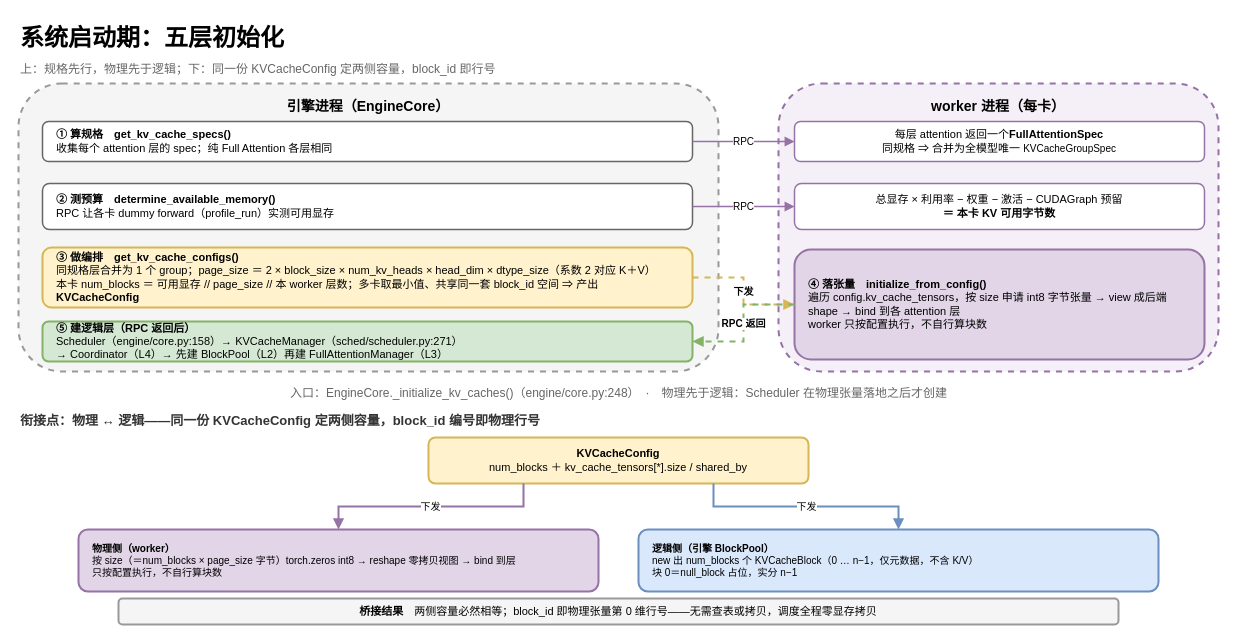
The draw.io diagram page "3-启动期装配与衔接" (3 of 4) of vllm/v1/core/kvcache_study/kvcache_draw_ppt_v2/kv_cache_five_layer_arch.drawio in GoCHug/vllm, before the edit. Source tidied: cells renumbered, new cells numbered last; positions are measured from the earlier drawing's top-left corner, leaving out a move shared by most shapes. Both pictures are drawn from the tidied source at 100%, with x=0, y=0 at pixel (18, 17).
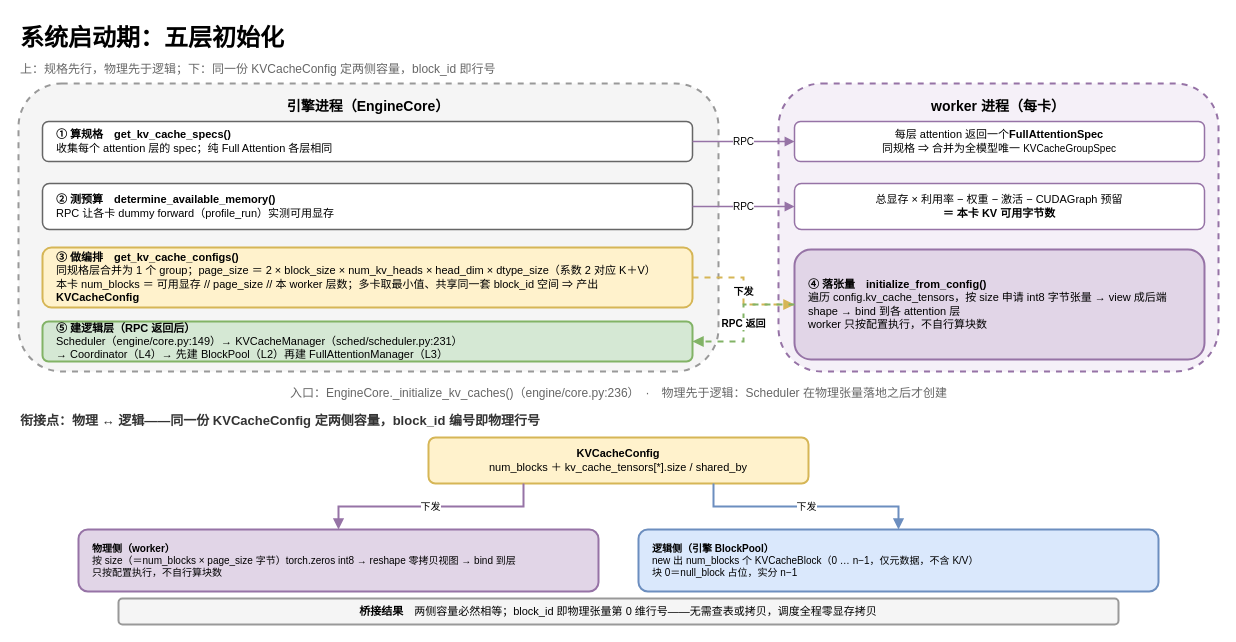
After the change.

The edit, as a diff of the source:
```diff
@@
-    <mxCell id="12" value="&lt;b&gt;⑤ 建逻辑层（RPC 返回后）&lt;/b&gt;&#10;Scheduler（engine/core.py:158）→ KVCacheManager（sched/scheduler.py:271）&#10;→ Coordinator（L4）→ 先建 BlockPool（L2）再建 FullAttentionManager（L3）" style="rounded=1;whiteSpace=wrap;html=1;fillColor=#d5e8d4;strokeColor=#82b366;strokeWidth=2;verticalAlign=middle;align=left;spacingLeft=12;spacingRight=10;fontSize=11;" parent="1" vertex="1">
+    <mxCell id="12" value="&lt;b&gt;⑤ 建逻辑层（RPC 返回后）&lt;/b&gt;&#10;Scheduler（engine/core.py:149）→ KVCacheManager（sched/scheduler.py:231）&#10;→ Coordinator（L4）→ 先建 BlockPool（L2）再建 FullAttentionManager（L3）" style="rounded=1;whiteSpace=wrap;html=1;fillColor=#d5e8d4;strokeColor=#82b366;strokeWidth=2;verticalAlign=middle;align=left;spacingLeft=12;spacingRight=10;fontSize=11;" parent="1" vertex="1">
       <mxGeometry x="24" y="304" width="650" height="40" as="geometry" />
     </mxCell>
@@
-    <mxCell id="17" value="入口：EngineCore._initialize_kv_caches()（engine/core.py:248）　·　物理先于逻辑：Scheduler 在物理张量落地之后才创建" style="text;html=1;fontSize=12;align=center;fontColor=#666666;" parent="1" vertex="1">
+    <mxCell id="17" value="入口：EngineCore._initialize_kv_caches()（engine/core.py:236）　·　物理先于逻辑：Scheduler 在物理张量落地之后才创建" style="text;html=1;fontSize=12;align=center;fontColor=#666666;" parent="1" vertex="1">
       <mxGeometry y="362" width="1200" height="20" as="geometry" />
     </mxCell>
```
